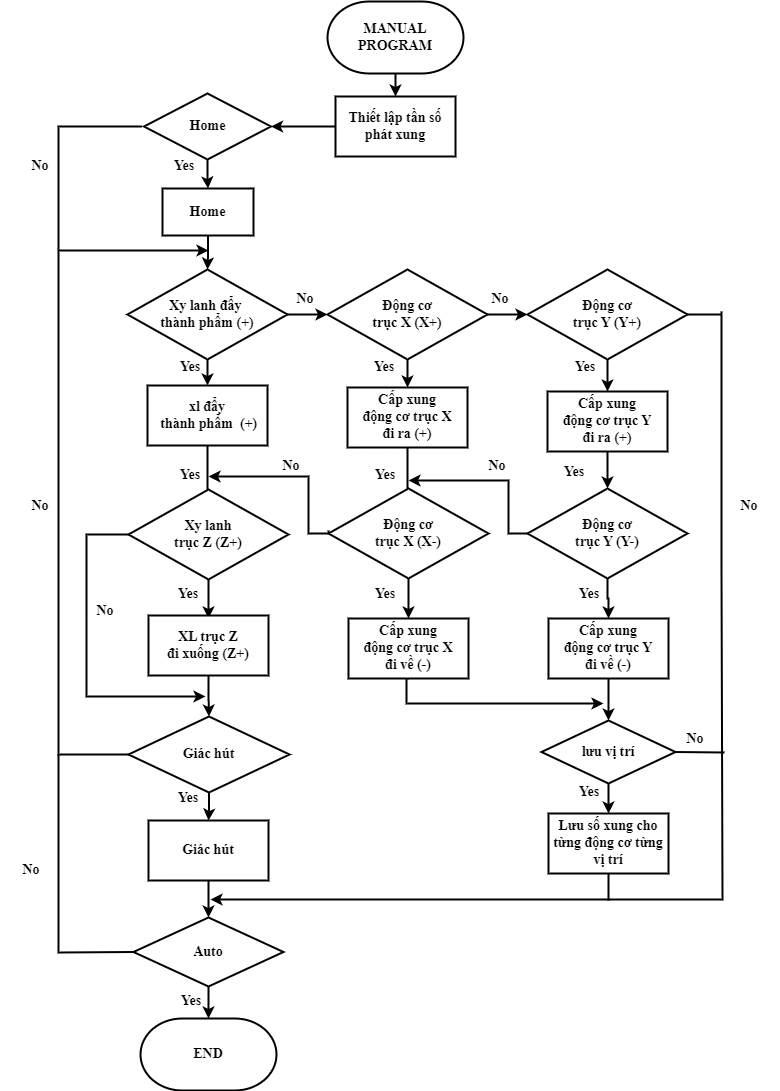
Before: manual.png, a diagram exported from draw.io (nguyentienkhoa050401/mon-hoc). Source tidied: cells renumbered, new cells last; positions are measured from the earlier drawing's top-left corner, leaving out a move shared by most shapes.
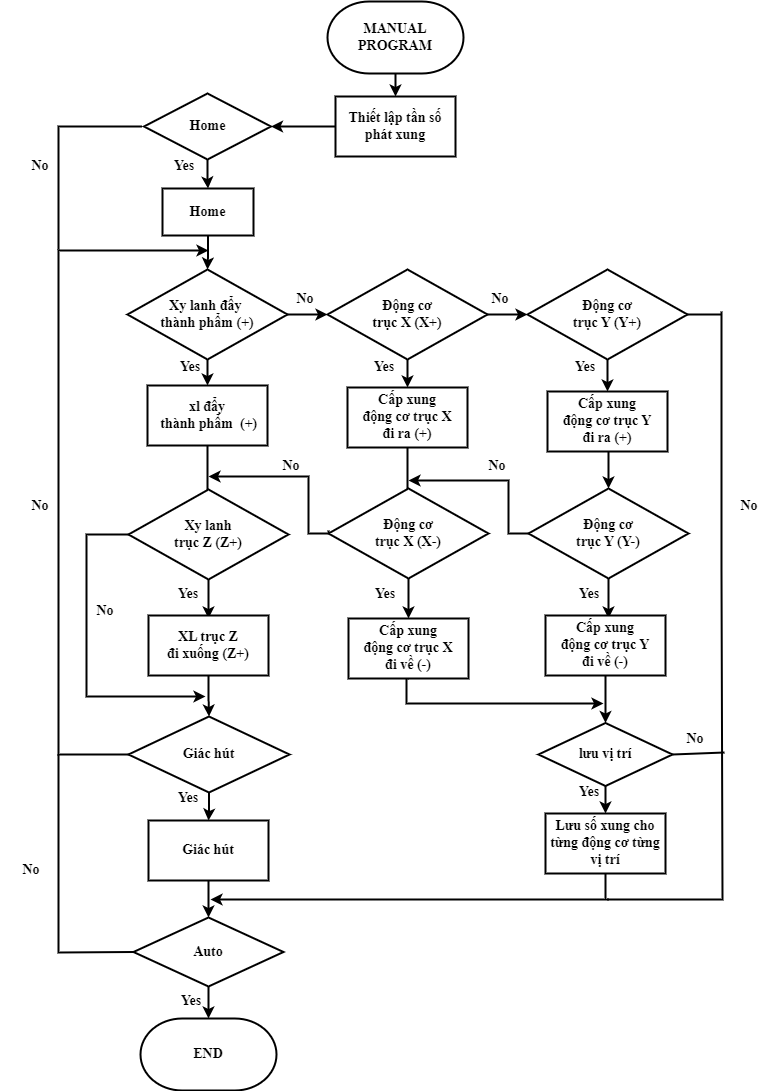
Later version of the same file.

Commit message:
Cập nhật manual.png

The edit, as a diff of the source:
```diff
@@ -83,7 +83,12 @@
       </mxGeometry>
     </mxCell>
     <mxCell id="23" style="edgeStyle=orthogonalEdgeStyle;rounded=0;jettySize=auto;html=1;strokeWidth=2;" parent="1" edge="1" source="24" target="77">
-      <mxGeometry relative="1" as="geometry" />
+      <mxGeometry relative="1" as="geometry">
+        <Array as="points">
+          <mxPoint x="607" y="462" />
+          <mxPoint x="607" y="462" />
+        </Array>
+      </mxGeometry>
     </mxCell>
     <mxCell id="24" value="Cấp xung &lt;br style=&quot;font-size: 14px;&quot;&gt;động cơ trục Y &lt;br style=&quot;font-size: 14px;&quot;&gt;đi ra (+)" style="rounded=0;whiteSpace=wrap;html=1;strokeWidth=2;fontFamily=Times New Roman;fontSize=14;verticalAlign=middle;fontStyle=1;fontColor=#000000;" parent="1" vertex="1">
       <mxGeometry x="546" y="390" width="120" height="60" as="geometry" />
@@ -104,7 +109,7 @@
       <mxGeometry relative="1" as="geometry" />
     </mxCell>
     <mxCell id="28" value="Cấp xung &lt;br style=&quot;font-size: 14px;&quot;&gt;động cơ trục Y &lt;br style=&quot;font-size: 14px;&quot;&gt;đi về (-)" style="rounded=0;whiteSpace=wrap;html=1;strokeWidth=2;fontFamily=Times New Roman;fontSize=14;verticalAlign=middle;fontStyle=1;fontColor=#000000;" parent="1" vertex="1">
-      <mxGeometry x="547" y="617" width="120" height="60" as="geometry" />
+      <mxGeometry x="544" y="614" width="120" height="60" as="geometry" />
     </mxCell>
     <mxCell id="29" style="edgeStyle=orthogonalEdgeStyle;rounded=0;jettySize=auto;html=1;strokeWidth=2;fontFamily=Times New Roman;fontSize=14;verticalAlign=middle;fontStyle=1;fontColor=#000000;" parent="1" edge="1" source="31" target="34">
       <mxGeometry relative="1" as="geometry" />
@@ -165,18 +170,9 @@
     <mxCell id="43" value="Yes" style="text;html=1;fillColor=none;align=center;verticalAlign=middle;whiteSpace=wrap;rounded=0;strokeWidth=2;fontFamily=Times New Roman;fontSize=14;fontStyle=1;fontColor=#000000;" parent="1" vertex="1">
       <mxGeometry x="157" y="782" width="60" height="30" as="geometry" />
     </mxCell>
-    <mxCell id="44" value="Yes" style="text;html=1;fillColor=none;align=center;verticalAlign=middle;whiteSpace=wrap;rounded=0;strokeWidth=2;fontFamily=Times New Roman;fontSize=14;fontStyle=1;fontColor=#000000;" parent="1" vertex="1">
-      <mxGeometry x="159" y="459" width="60" height="30" as="geometry" />
-    </mxCell>
-    <mxCell id="45" value="Yes" style="text;html=1;fillColor=none;align=center;verticalAlign=middle;whiteSpace=wrap;rounded=0;strokeWidth=2;fontFamily=Times New Roman;fontSize=14;fontStyle=1;fontColor=#000000;" parent="1" vertex="1">
-      <mxGeometry x="543" y="456" width="60" height="30" as="geometry" />
-    </mxCell>
     <mxCell id="46" value="Yes" style="text;html=1;fillColor=none;align=center;verticalAlign=middle;whiteSpace=wrap;rounded=0;strokeWidth=2;fontFamily=Times New Roman;fontSize=14;fontStyle=1;fontColor=#000000;" parent="1" vertex="1">
       <mxGeometry x="354" y="578" width="60" height="30" as="geometry" />
     </mxCell>
-    <mxCell id="47" value="Yes" style="text;html=1;fillColor=none;align=center;verticalAlign=middle;whiteSpace=wrap;rounded=0;strokeWidth=2;fontFamily=Times New Roman;fontSize=14;fontStyle=1;fontColor=#000000;" parent="1" vertex="1">
-      <mxGeometry x="354" y="459" width="60" height="30" as="geometry" />
-    </mxCell>
     <mxCell id="48" value="Yes" style="text;html=1;fillColor=none;align=center;verticalAlign=middle;whiteSpace=wrap;rounded=0;strokeWidth=2;fontFamily=Times New Roman;fontSize=14;fontStyle=1;fontColor=#000000;" parent="1" vertex="1">
       <mxGeometry x="157" y="578" width="60" height="30" as="geometry" />
     </mxCell>
@@ -199,7 +195,7 @@
       <mxGeometry x="554" y="351" width="60" height="30" as="geometry" />
     </mxCell>
     <mxCell id="53" value="Lưu số xung cho từng động cơ từng vị trí" style="rounded=0;whiteSpace=wrap;html=1;strokeWidth=2;fontFamily=Times New Roman;fontSize=14;verticalAlign=middle;fontStyle=1;fontColor=#000000;" parent="1" vertex="1">
-      <mxGeometry x="547" y="812" width="120" height="60" as="geometry" />
+      <mxGeometry x="544" y="812" width="120" height="60" as="geometry" />
     </mxCell>
     <mxCell id="54" value="Xy lanh &lt;br style=&quot;font-size: 14px;&quot;&gt;trục Z (Z+)" style="fontSize=14;spacingLeft=10;spacingRight=10;zwfType=basicShape;strokeWidth=2;rhombus;whiteSpace=wrap;html=1;fontStyle=1;fontFamily=Times New Roman;verticalAlign=middle;rounded=0;fontColor=#000000;" parent="1" vertex="1">
       <mxGeometry x="127" y="488" width="160" height="90" as="geometry" />
@@ -261,7 +257,7 @@
       <mxGeometry relative="1" as="geometry" />
     </mxCell>
     <mxCell id="67" value="lưu vị trí" style="fontSize=14;spacingLeft=10;spacingRight=10;zwfType=basicShape;strokeWidth=2;rhombus;whiteSpace=wrap;html=1;fontStyle=1;fontFamily=Times New Roman;verticalAlign=middle;rounded=0;fontColor=#000000;" parent="1" vertex="1">
-      <mxGeometry x="540" y="719" width="134" height="63" as="geometry" />
+      <mxGeometry x="537" y="721.5" width="134" height="63" as="geometry" />
     </mxCell>
     <mxCell id="68" style="endArrow=none;html=1;rounded=0;exitX=1;exitY=0.5;exitDx=0;exitDy=0;strokeWidth=2;" parent="1" edge="1" source="67">
       <mxGeometry relative="1" as="geometry">
@@ -293,7 +289,7 @@
       <mxGeometry x="9" y="150" width="60" height="30" as="geometry" />
     </mxCell>
     <mxCell id="77" value="Động cơ &lt;br style=&quot;font-size: 14px;&quot;&gt;trục Y (Y-)" style="fontSize=14;spacingLeft=10;spacingRight=10;zwfType=basicShape;strokeWidth=2;rhombus;whiteSpace=wrap;html=1;fontStyle=1;fontFamily=Times New Roman;verticalAlign=middle;rounded=0;fontColor=#000000;" parent="1" vertex="1">
-      <mxGeometry x="526" y="487" width="160" height="90" as="geometry" />
+      <mxGeometry x="527" y="487" width="160" height="90" as="geometry" />
     </mxCell>
     <mxCell id="78" style="endArrow=none;html=1;rounded=0;exitX=0;exitY=0.5;exitDx=0;exitDy=0;strokeWidth=2;" parent="1" edge="1">
       <mxGeometry relative="1" as="geometry">
```
